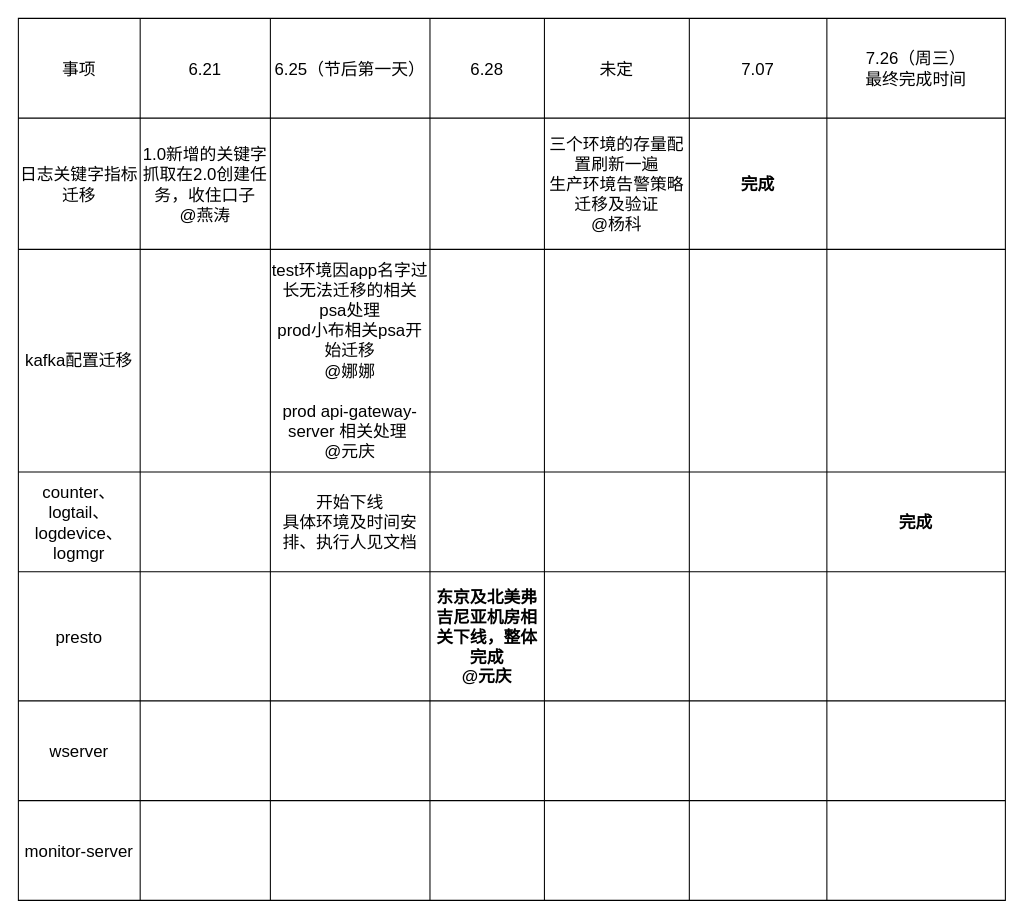
Before: 未命名绘图.drawio in jingb/pythonRepo, a draw.io diagram. Source tidied: cells renumbered, new cells numbered last; positions are measured from the earlier drawing's top-left corner, leaving out a move shared by most shapes. Both pictures are drawn from the tidied source at 105%, with x=0, y=0 at pixel (18, 18).
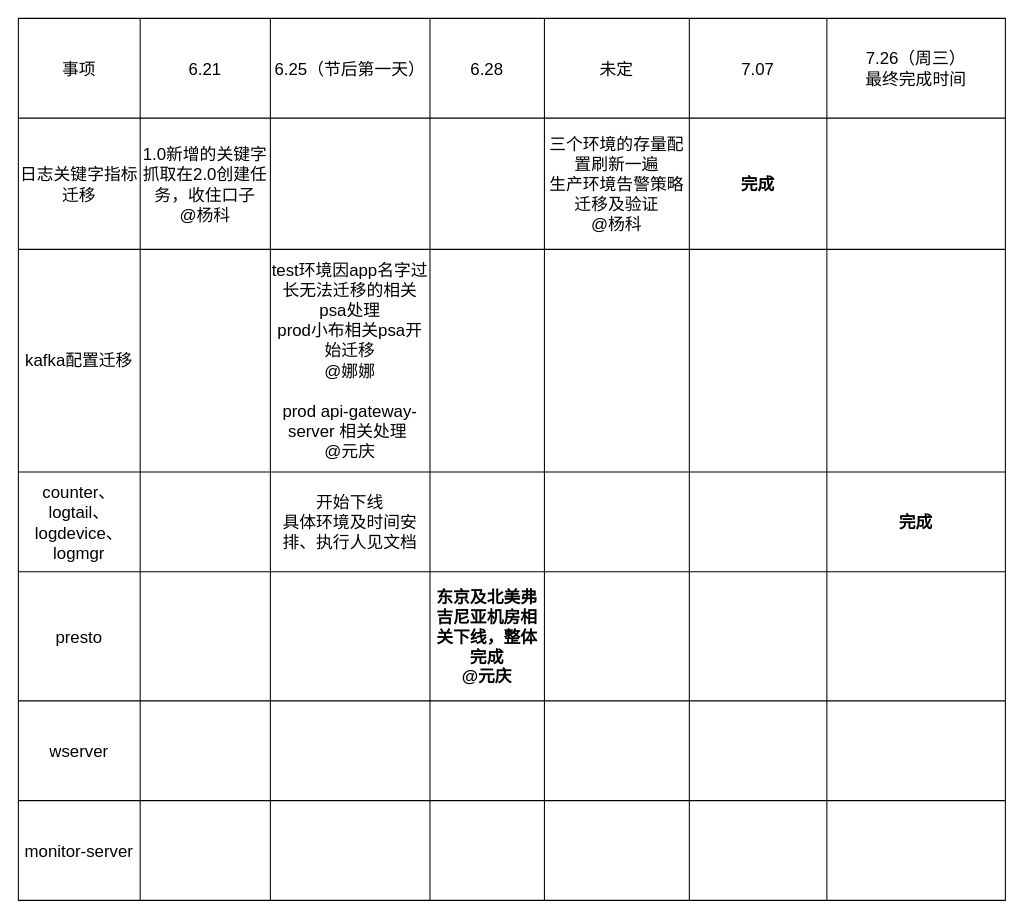
The same diagram, later.

Commit message (it also covers changes not shown here):
更新未命名绘图.drawio

The change refers to these unchanged cells:
```xml
<mxCell id="11" style="shape=tableRow;horizontal=0;startSize=0;swimlaneHead=0;swimlaneBody=0;strokeColor=inherit;top=0;left=0;bottom=0;right=0;fillColor=none;fontSize=16;" parent="2" vertex="1">
  <mxGeometry y="95" width="940" height="125" as="geometry" />
</mxCell>
```

What changed in the source:
```diff
@@
-    <mxCell id="13" value="1.0新增的关键字抓取在2.0创建任务，收住口子&lt;br&gt;@燕涛" style="shape=partialRectangle;html=1;whiteSpace=wrap;strokeColor=inherit;overflow=hidden;fillColor=none;top=0;left=0;bottom=0;right=0;fontSize=16;" parent="11" vertex="1">
+    <mxCell id="13" value="1.0新增的关键字抓取在2.0创建任务，收住口子&lt;br&gt;@杨科" style="shape=partialRectangle;html=1;whiteSpace=wrap;strokeColor=inherit;overflow=hidden;fillColor=none;top=0;left=0;bottom=0;right=0;fontSize=16;" parent="11" vertex="1">
       <mxGeometry x="116" width="124" height="125" as="geometry" />
     </mxCell>
```
